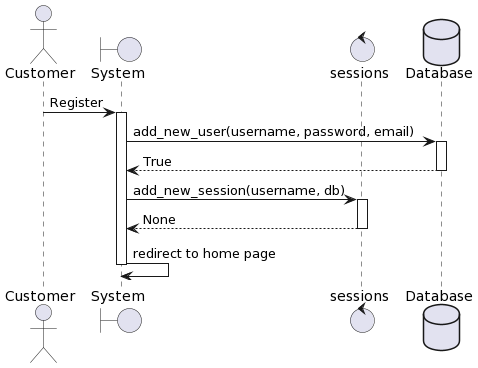
Earlier version of the PlantUML export docs/diagrams/sequences/register.png (jerry327755/onlineStoreTemplate).
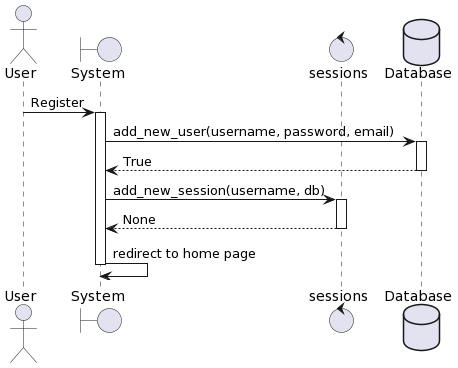
Later version of the same file.

The edit, as a diff of the source:
```diff
@@ -1,9 +1,9 @@
 @startuml
-actor Customer
+actor User
 boundary "System" as system
 control "sessions" as sessions
 database "Database" as db
-Customer -> system: Register
+User -> system: Register
 activate system
 system -> db: add_new_user(username, password, email)
 activate db
```
